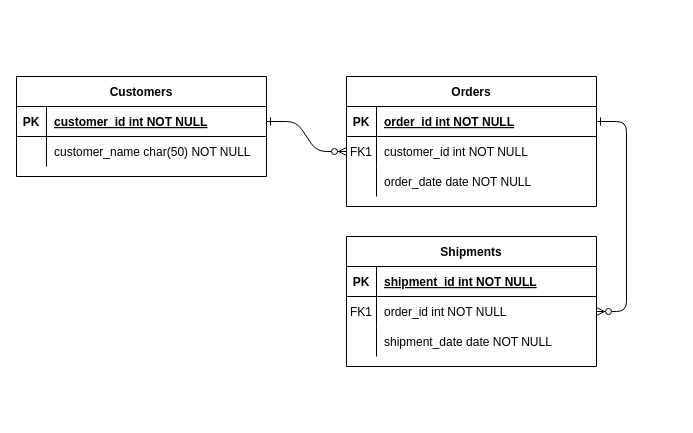
This is Untitled Diagram.drawio from dbertola/ProjectPHP, a draw.io file, before an edit. Source tidied: cells renumbered, new cells numbered last; positions are measured from the earlier drawing's top-left corner, leaving out a move shared by most shapes. Both pictures are drawn from the tidied source at 100%, with x=0, y=0 at pixel (16, 76).
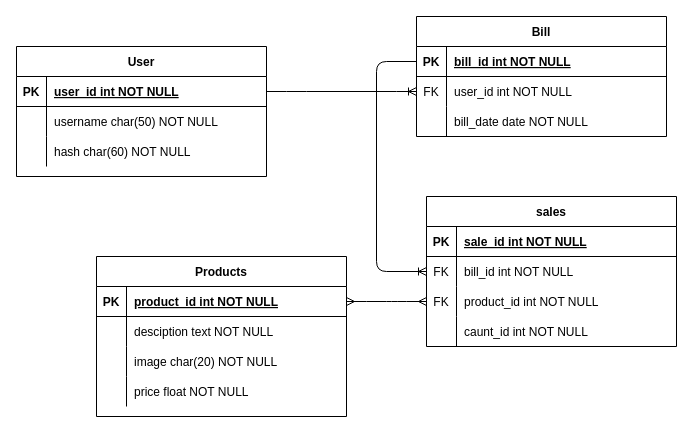
Above is the later version.

Commit message:
DER bill

The change refers to these unchanged cells:
```xml
<mxCell id="5" style="shape=partialRectangle;fillColor=none;points=[[0,0.5],[1,0.5]];portConstraint=eastwest;top=0;left=0;right=0;bottom=1;" parent="4" vertex="1">
  <mxGeometry y="30" width="250" height="30" as="geometry" />
</mxCell>
<mxCell id="8" style="shape=partialRectangle;fillColor=none;points=[[0,0.5],[1,0.5]];portConstraint=eastwest;top=0;left=0;right=0;bottom=0;" parent="4" vertex="1">
  <mxGeometry y="60" width="250" height="30" as="geometry" />
</mxCell>
<mxCell id="11" style="shape=partialRectangle;fillColor=none;top=0;left=0;right=0;bottom=0;" parent="4" vertex="1">
  <mxGeometry y="90" width="250" height="30" as="geometry" />
</mxCell>
<mxCell id="25" style="shape=partialRectangle;fillColor=none;points=[[0,0.5],[1,0.5]];portConstraint=eastwest;top=0;left=0;right=0;bottom=1;" parent="24" vertex="1">
  <mxGeometry y="30" width="250" height="30" as="geometry" />
</mxCell>
<mxCell id="28" style="shape=partialRectangle;fillColor=none;top=0;left=0;right=0;bottom=0;" parent="24" vertex="1">
  <mxGeometry y="60" width="250" height="30" as="geometry" />
</mxCell>
```

Diff of the diagram source:
```diff
@@
-    <mxCell id="2" style="edgeStyle=entityRelationEdgeStyle;endArrow=ERzeroToMany;startArrow=ERone;endFill=1;startFill=0;" parent="1" edge="1" source="25" target="8">
-      <mxGeometry relative="1" as="geometry" />
-    </mxCell>
-    <mxCell id="3" style="edgeStyle=entityRelationEdgeStyle;endArrow=ERzeroToMany;startArrow=ERone;endFill=1;startFill=0;" parent="1" edge="1" source="5" target="18">
-      <mxGeometry relative="1" as="geometry" />
-    </mxCell>
-    <mxCell id="4" value="Orders" style="shape=table;startSize=30;childLayout=tableLayout;rowLines=0;fontStyle=1;align=center;" parent="1" vertex="1">
-      <mxGeometry x="330" width="250" height="130" as="geometry" />
+    <mxCell id="4" value="Products" style="shape=table;startSize=30;childLayout=tableLayout;rowLines=0;fontStyle=1;align=center;" parent="1" vertex="1">
+      <mxGeometry x="80" y="180" width="250" height="160" as="geometry" />
     </mxCell>
@@
-    <mxCell id="7" value="order_id int NOT NULL " style="shape=partialRectangle;overflow=hidden;fillColor=none;top=0;left=0;bottom=0;right=0;align=left;spacingLeft=6;fontStyle=5;" parent="5" vertex="1">
+    <mxCell id="7" value="product_id int NOT NULL " style="shape=partialRectangle;overflow=hidden;fillColor=none;top=0;left=0;bottom=0;right=0;align=left;spacingLeft=6;fontStyle=5;" parent="5" vertex="1">
       <mxGeometry x="30" width="220" height="30" as="geometry" />
     </mxCell>
@@
-    <mxCell id="9" value="FK1" style="shape=partialRectangle;overflow=hidden;fillColor=none;top=0;left=0;bottom=0;right=0;" parent="8" vertex="1">
+    <mxCell id="9" style="shape=partialRectangle;overflow=hidden;fillColor=none;top=0;left=0;bottom=0;right=0;" parent="8" vertex="1">
       <mxGeometry width="30" height="30" as="geometry" />
     </mxCell>
-    <mxCell id="10" value="customer_id int NOT NULL" style="shape=partialRectangle;overflow=hidden;fillColor=none;top=0;left=0;bottom=0;right=0;align=left;spacingLeft=6;" parent="8" vertex="1">
+    <mxCell id="10" value="desciption text NOT NULL" style="shape=partialRectangle;overflow=hidden;fillColor=none;top=0;left=0;bottom=0;right=0;align=left;spacingLeft=6;" parent="8" vertex="1">
       <mxGeometry x="30" width="220" height="30" as="geometry" />
     </mxCell>
@@
-    <mxCell id="13" value="order_date date NOT NULL" style="shape=partialRectangle;overflow=hidden;fillColor=none;top=0;left=0;bottom=0;right=0;align=left;spacingLeft=6;" parent="11" vertex="1">
+    <mxCell id="13" value="image char(20) NOT NULL" style="shape=partialRectangle;overflow=hidden;fillColor=none;top=0;left=0;bottom=0;right=0;align=left;spacingLeft=6;" parent="11" vertex="1">
       <mxGeometry x="30" width="220" height="30" as="geometry" />
     </mxCell>
-    <mxCell id="14" value="Shipments" style="shape=table;startSize=30;childLayout=tableLayout;rowLines=0;fontStyle=1;align=center;" parent="1" vertex="1">
-      <mxGeometry x="330" y="160" width="250" height="130" as="geometry" />
-    </mxCell>
-    <mxCell id="15" style="shape=partialRectangle;fillColor=none;top=0;left=0;right=0;bottom=1;" parent="14" vertex="1">
-      <mxGeometry y="30" width="250" height="30" as="geometry" />
-    </mxCell>
-    <mxCell id="16" value="PK" style="shape=partialRectangle;overflow=hidden;fillColor=none;top=0;left=0;bottom=0;right=0;fontStyle=1;" parent="15" vertex="1">
-      <mxGeometry width="30" height="30" as="geometry" />
-    </mxCell>
-    <mxCell id="17" value="shipment_id int NOT NULL " style="shape=partialRectangle;overflow=hidden;fillColor=none;top=0;left=0;bottom=0;right=0;align=left;spacingLeft=6;fontStyle=5;" parent="15" vertex="1">
-      <mxGeometry x="30" width="220" height="30" as="geometry" />
-    </mxCell>
-    <mxCell id="18" style="shape=partialRectangle;fillColor=none;points=[[0,0.5],[1,0.5]];portConstraint=eastwest;top=0;left=0;right=0;bottom=0;" parent="14" vertex="1">
-      <mxGeometry y="60" width="250" height="30" as="geometry" />
-    </mxCell>
-    <mxCell id="19" value="FK1" style="shape=partialRectangle;overflow=hidden;fillColor=none;top=0;left=0;bottom=0;right=0;" parent="18" vertex="1">
-      <mxGeometry width="30" height="30" as="geometry" />
-    </mxCell>
-    <mxCell id="20" value="order_id int NOT NULL" style="shape=partialRectangle;overflow=hidden;fillColor=none;top=0;left=0;bottom=0;right=0;align=left;spacingLeft=6;" parent="18" vertex="1">
-      <mxGeometry x="30" width="220" height="30" as="geometry" />
-    </mxCell>
-    <mxCell id="21" style="shape=partialRectangle;fillColor=none;top=0;left=0;right=0;bottom=0;" parent="14" vertex="1">
-      <mxGeometry y="90" width="250" height="30" as="geometry" />
-    </mxCell>
-    <mxCell id="22" style="shape=partialRectangle;overflow=hidden;fillColor=none;top=0;left=0;bottom=0;right=0;" parent="21" vertex="1">
-      <mxGeometry width="30" height="30" as="geometry" />
-    </mxCell>
-    <mxCell id="23" value="shipment_date date NOT NULL" style="shape=partialRectangle;overflow=hidden;fillColor=none;top=0;left=0;bottom=0;right=0;align=left;spacingLeft=6;" parent="21" vertex="1">
-      <mxGeometry x="30" width="220" height="30" as="geometry" />
-    </mxCell>
+    <mxCell id="31" style="shape=partialRectangle;fillColor=none;top=0;left=0;right=0;bottom=0;" parent="4" vertex="1">
+      <mxGeometry y="120" width="250" height="30" as="geometry" />
+    </mxCell>
+    <mxCell id="32" style="shape=partialRectangle;overflow=hidden;fillColor=none;top=0;left=0;bottom=0;right=0;" parent="31" vertex="1">
+      <mxGeometry width="30" height="30" as="geometry" />
+    </mxCell>
+    <mxCell id="33" value="price float NOT NULL" style="shape=partialRectangle;overflow=hidden;fillColor=none;top=0;left=0;bottom=0;right=0;align=left;spacingLeft=6;" parent="31" vertex="1">
+      <mxGeometry x="30" width="220" height="30" as="geometry" />
+    </mxCell>
-    <mxCell id="24" value="Customers" style="shape=table;startSize=30;childLayout=tableLayout;rowLines=0;fontStyle=1;align=center;" parent="1" vertex="1">
-      <mxGeometry width="250" height="100" as="geometry" />
+    <mxCell id="24" value="User" style="shape=table;startSize=30;childLayout=tableLayout;rowLines=0;fontStyle=1;align=center;" parent="1" vertex="1">
+      <mxGeometry y="-30" width="250" height="130" as="geometry" />
     </mxCell>
@@
-    <mxCell id="27" value="customer_id int NOT NULL " style="shape=partialRectangle;overflow=hidden;fillColor=none;top=0;left=0;bottom=0;right=0;align=left;spacingLeft=6;fontStyle=5;" parent="25" vertex="1">
+    <mxCell id="27" value="user_id int NOT NULL " style="shape=partialRectangle;overflow=hidden;fillColor=none;top=0;left=0;bottom=0;right=0;align=left;spacingLeft=6;fontStyle=5;" parent="25" vertex="1">
       <mxGeometry x="30" width="220" height="30" as="geometry" />
     </mxCell>
@@
-    <mxCell id="30" value="customer_name char(50) NOT NULL" style="shape=partialRectangle;overflow=hidden;fillColor=none;top=0;left=0;bottom=0;right=0;align=left;spacingLeft=6;" parent="28" vertex="1">
+    <mxCell id="30" value="username char(50) NOT NULL" style="shape=partialRectangle;overflow=hidden;fillColor=none;top=0;left=0;bottom=0;right=0;align=left;spacingLeft=6;" parent="28" vertex="1">
       <mxGeometry x="30" width="220" height="30" as="geometry" />
     </mxCell>
+    <mxCell id="34" style="shape=partialRectangle;fillColor=none;top=0;left=0;right=0;bottom=0;" parent="24" vertex="1">
+      <mxGeometry y="90" width="250" height="30" as="geometry" />
+    </mxCell>
+    <mxCell id="35" style="shape=partialRectangle;overflow=hidden;fillColor=none;top=0;left=0;bottom=0;right=0;" parent="34" vertex="1">
+      <mxGeometry width="30" height="30" as="geometry" />
+    </mxCell>
+    <mxCell id="36" value="hash char(60) NOT NULL" style="shape=partialRectangle;overflow=hidden;fillColor=none;top=0;left=0;bottom=0;right=0;align=left;spacingLeft=6;" parent="34" vertex="1">
+      <mxGeometry x="30" width="220" height="30" as="geometry" />
+    </mxCell>
+    <mxCell id="37" value="Bill" style="shape=table;startSize=30;childLayout=tableLayout;rowLines=0;fontStyle=1;align=center;" parent="1" vertex="1">
+      <mxGeometry x="400" y="-60" width="250" height="120" as="geometry" />
+    </mxCell>
+    <mxCell id="38" style="shape=partialRectangle;fillColor=none;points=[[0,0.5],[1,0.5]];portConstraint=eastwest;top=0;left=0;right=0;bottom=1;" parent="37" vertex="1">
+      <mxGeometry y="30" width="250" height="30" as="geometry" />
+    </mxCell>
+    <mxCell id="39" value="PK" style="shape=partialRectangle;overflow=hidden;fillColor=none;top=0;left=0;bottom=0;right=0;fontStyle=1;" parent="38" vertex="1">
+      <mxGeometry width="30" height="30" as="geometry" />
+    </mxCell>
+    <mxCell id="40" value="bill_id int NOT NULL " style="shape=partialRectangle;overflow=hidden;fillColor=none;top=0;left=0;bottom=0;right=0;align=left;spacingLeft=6;fontStyle=5;" parent="38" vertex="1">
+      <mxGeometry x="30" width="220" height="30" as="geometry" />
+    </mxCell>
+    <mxCell id="41" style="shape=partialRectangle;fillColor=none;points=[[0,0.5],[1,0.5]];portConstraint=eastwest;top=0;left=0;right=0;bottom=0;" parent="37" vertex="1">
+      <mxGeometry y="60" width="250" height="30" as="geometry" />
+    </mxCell>
+    <mxCell id="42" value="FK" style="shape=partialRectangle;overflow=hidden;fillColor=none;top=0;left=0;bottom=0;right=0;" parent="41" vertex="1">
+      <mxGeometry width="30" height="30" as="geometry" />
+    </mxCell>
+    <mxCell id="43" value="user_id int NOT NULL" style="shape=partialRectangle;overflow=hidden;fillColor=none;top=0;left=0;bottom=0;right=0;align=left;spacingLeft=6;" parent="41" vertex="1">
+      <mxGeometry x="30" width="220" height="30" as="geometry" />
+    </mxCell>
+    <mxCell id="44" style="shape=partialRectangle;fillColor=none;top=0;left=0;right=0;bottom=0;" parent="37" vertex="1">
+      <mxGeometry y="90" width="250" height="30" as="geometry" />
+    </mxCell>
+    <mxCell id="45" style="shape=partialRectangle;overflow=hidden;fillColor=none;top=0;left=0;bottom=0;right=0;" parent="44" vertex="1">
+      <mxGeometry width="30" height="30" as="geometry" />
+    </mxCell>
+    <mxCell id="46" value="bill_date date NOT NULL" style="shape=partialRectangle;overflow=hidden;fillColor=none;top=0;left=0;bottom=0;right=0;align=left;spacingLeft=6;" parent="44" vertex="1">
+      <mxGeometry x="30" width="220" height="30" as="geometry" />
+    </mxCell>
+    <mxCell id="47" style="edgeStyle=entityRelationEdgeStyle;fontSize=12;html=1;endArrow=ERmany;startArrow=ERmany;exitX=1;exitY=0.5;exitDx=0;exitDy=0;entryX=0;entryY=0.5;entryDx=0;entryDy=0;" parent="1" edge="1" source="5" target="55">
+      <mxGeometry relative="1" as="geometry" />
+    </mxCell>
+    <mxCell id="48" value="sales" style="shape=table;startSize=30;childLayout=tableLayout;rowLines=0;fontStyle=1;align=center;" parent="1" vertex="1">
+      <mxGeometry x="410" y="120" width="250" height="150" as="geometry" />
+    </mxCell>
+    <mxCell id="49" style="shape=partialRectangle;fillColor=none;top=0;left=0;right=0;bottom=1;" parent="48" vertex="1">
+      <mxGeometry y="30" width="250" height="30" as="geometry" />
+    </mxCell>
+    <mxCell id="50" value="PK" style="shape=partialRectangle;overflow=hidden;fillColor=none;top=0;left=0;bottom=0;right=0;fontStyle=1;" parent="49" vertex="1">
+      <mxGeometry width="30" height="30" as="geometry" />
+    </mxCell>
+    <mxCell id="51" value="sale_id int NOT NULL " style="shape=partialRectangle;overflow=hidden;fillColor=none;top=0;left=0;bottom=0;right=0;align=left;spacingLeft=6;fontStyle=5;" parent="49" vertex="1">
+      <mxGeometry x="30" width="220" height="30" as="geometry" />
+    </mxCell>
+    <mxCell id="52" style="shape=partialRectangle;fillColor=none;points=[[0,0.5],[1,0.5]];portConstraint=eastwest;top=0;left=0;right=0;bottom=0;" parent="48" vertex="1">
+      <mxGeometry y="60" width="250" height="30" as="geometry" />
+    </mxCell>
+    <mxCell id="53" value="FK" style="shape=partialRectangle;overflow=hidden;fillColor=none;top=0;left=0;bottom=0;right=0;" parent="52" vertex="1">
+      <mxGeometry width="30" height="30" as="geometry" />
+    </mxCell>
+    <mxCell id="54" value="bill_id int NOT NULL" style="shape=partialRectangle;overflow=hidden;fillColor=none;top=0;left=0;bottom=0;right=0;align=left;spacingLeft=6;" parent="52" vertex="1">
+      <mxGeometry x="30" width="220" height="30" as="geometry" />
+    </mxCell>
+    <mxCell id="55" style="shape=partialRectangle;fillColor=none;points=[[0,0.5],[1,0.5]];portConstraint=eastwest;top=0;left=0;right=0;bottom=0;" parent="48" vertex="1">
+      <mxGeometry y="90" width="250" height="30" as="geometry" />
+    </mxCell>
+    <mxCell id="56" value="FK" style="shape=partialRectangle;overflow=hidden;fillColor=none;top=0;left=0;bottom=0;right=0;" parent="55" vertex="1">
+      <mxGeometry width="30" height="30" as="geometry" />
+    </mxCell>
+    <mxCell id="57" value="product_id int NOT NULL" style="shape=partialRectangle;overflow=hidden;fillColor=none;top=0;left=0;bottom=0;right=0;align=left;spacingLeft=6;" parent="55" vertex="1">
+      <mxGeometry x="30" width="220" height="30" as="geometry" />
+    </mxCell>
+    <mxCell id="58" style="shape=partialRectangle;fillColor=none;top=0;left=0;right=0;bottom=0;" parent="48" vertex="1">
+      <mxGeometry y="120" width="250" height="30" as="geometry" />
+    </mxCell>
+    <mxCell id="59" style="shape=partialRectangle;overflow=hidden;fillColor=none;top=0;left=0;bottom=0;right=0;" parent="58" vertex="1">
+      <mxGeometry width="30" height="30" as="geometry" />
+    </mxCell>
+    <mxCell id="60" value="caunt_id int NOT NULL" style="shape=partialRectangle;overflow=hidden;fillColor=none;top=0;left=0;bottom=0;right=0;align=left;spacingLeft=6;" parent="58" vertex="1">
+      <mxGeometry x="30" width="220" height="30" as="geometry" />
+    </mxCell>
+    <mxCell id="61" style="edgeStyle=entityRelationEdgeStyle;fontSize=12;html=1;endArrow=ERoneToMany;entryX=0;entryY=0.5;entryDx=0;entryDy=0;exitX=1;exitY=0.5;exitDx=0;exitDy=0;" parent="1" edge="1" source="25" target="41">
+      <mxGeometry relative="1" as="geometry" />
+    </mxCell>
+    <mxCell id="62" style="edgeStyle=elbowEdgeStyle;fontSize=12;html=1;endArrow=ERoneToMany;entryX=0;entryY=0.5;entryDx=0;entryDy=0;exitX=0;exitY=0.5;exitDx=0;exitDy=0;" parent="1" edge="1" source="38" target="52">
+      <mxGeometry relative="1" as="geometry">
+        <Array as="points">
+          <mxPoint x="360" y="70" />
+        </Array>
+      </mxGeometry>
+    </mxCell>
```
